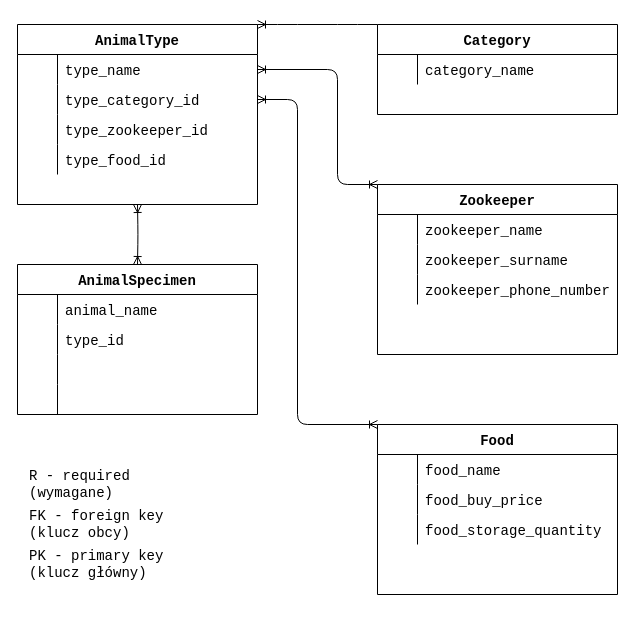
Earlier version of the draw.io diagram assets/diagrams/ERD.drawio (LukaszMichalsky/Project_TIU). Source tidied: cells renumbered, new cells numbered last; positions are measured from the earlier drawing's top-left corner, leaving out a move shared by most shapes. Both pictures are drawn from the tidied source at 100%, with x=0, y=0 at pixel (17, 24).
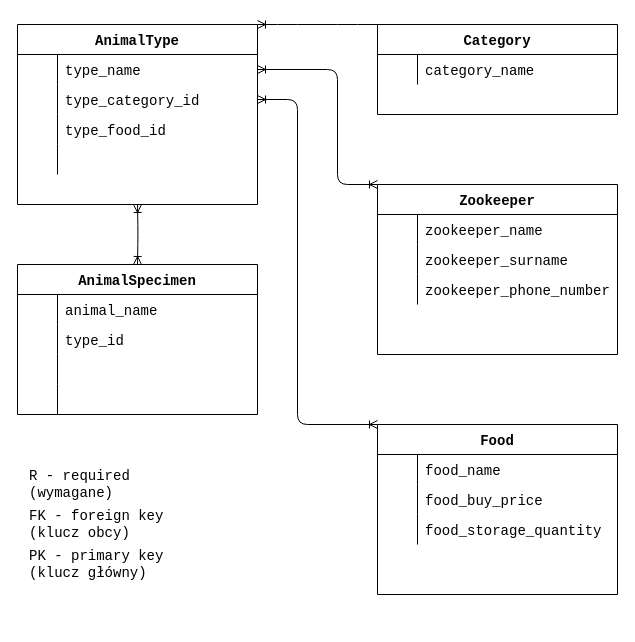
Above is the later version.

Commit message:
Removed zookeeper ID from AnimalType

Unchanged cells that the change refers to:
```xml
<mxCell id="36" style="shape=partialRectangle;fillColor=none;top=0;left=0;bottom=0;right=0;fontFamily=Courier New;fontSize=14;" parent="29" vertex="1">
  <mxGeometry y="90" width="240" height="30" as="geometry" />
</mxCell>
<mxCell id="39" style="shape=partialRectangle;fillColor=none;top=0;left=0;bottom=0;right=0;fontFamily=Courier New;fontSize=14;" parent="29" vertex="1">
  <mxGeometry y="120" width="240" height="30" as="geometry" />
</mxCell>
```

What changed in the source:
```diff
@@
-    <mxCell id="38" value="type_zookeeper_id" style="shape=partialRectangle;fillColor=none;top=0;left=0;bottom=0;right=0;align=left;spacingLeft=6;overflow=hidden;fontFamily=Courier New;fontSize=14;" parent="36" vertex="1">
+    <mxCell id="38" value="type_food_id" style="shape=partialRectangle;fillColor=none;top=0;left=0;bottom=0;right=0;align=left;spacingLeft=6;overflow=hidden;fontFamily=Courier New;fontSize=14;" parent="36" vertex="1">
       <mxGeometry x="40" width="200" height="30" as="geometry" />
     </mxCell>
@@
-    <mxCell id="41" value="type_food_id" style="shape=partialRectangle;fillColor=none;top=0;left=0;bottom=0;right=0;align=left;spacingLeft=6;overflow=hidden;fontFamily=Courier New;fontSize=14;" parent="39" vertex="1">
+    <mxCell id="41" style="shape=partialRectangle;fillColor=none;top=0;left=0;bottom=0;right=0;align=left;spacingLeft=6;overflow=hidden;fontFamily=Courier New;fontSize=14;" parent="39" vertex="1">
       <mxGeometry x="40" width="200" height="30" as="geometry" />
     </mxCell>
```
